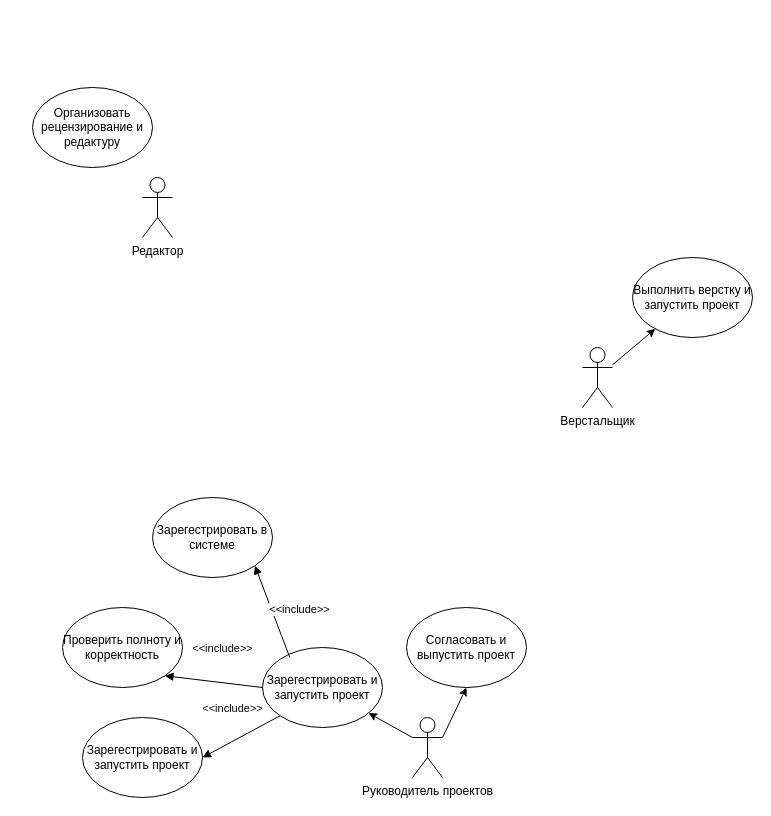
The draw.io diagram ortps_3.drawio in danaddi/draw.io, before the edit. Source tidied: cells renumbered, new cells numbered last; positions are measured from the earlier drawing's top-left corner, leaving out a move shared by most shapes. Both pictures are drawn from the tidied source at 100%, with x=0, y=0 at pixel (32, 87).
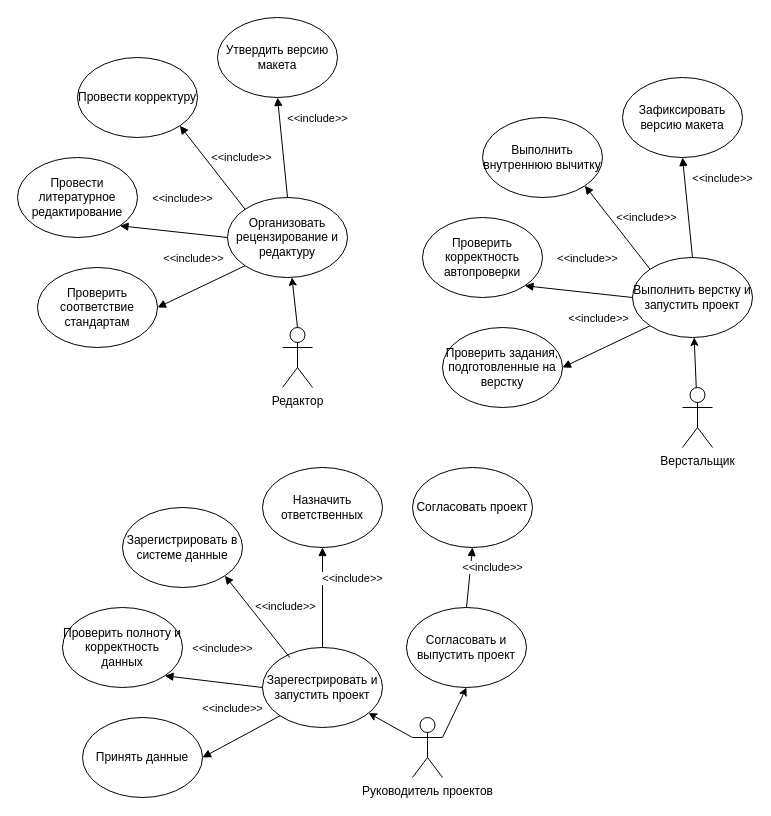
The same page after the edit.

Unchanged cells that the change refers to:
```xml
<mxCell id="8" value="Зарегестрировать и запустить проект" style="ellipse;whiteSpace=wrap;html=1;" parent="1" vertex="1">
  <mxGeometry x="230" y="560" width="120" height="80" as="geometry" />
</mxCell>
<mxCell id="9" value="Согласовать и выпустить проект" style="ellipse;whiteSpace=wrap;html=1;" parent="1" vertex="1">
  <mxGeometry x="374" y="520" width="120" height="80" as="geometry" />
</mxCell>
<mxCell id="11" value="Выполнить верстку и запустить проект" style="ellipse;whiteSpace=wrap;html=1;" parent="1" vertex="1">
  <mxGeometry x="600" y="170" width="120" height="80" as="geometry" />
</mxCell>
```

Change to the diagram source:
```diff
@@
     <mxCell id="2" value="Редактор" style="shape=umlActor;verticalLabelPosition=bottom;verticalAlign=top;html=1;outlineConnect=0;" parent="1" vertex="1">
-      <mxGeometry x="110" y="90" width="30" height="60" as="geometry" />
+      <mxGeometry x="250" y="240" width="30" height="60" as="geometry" />
     </mxCell>
@@
     <mxCell id="4" value="Верстальщик" style="shape=umlActor;verticalLabelPosition=bottom;verticalAlign=top;html=1;outlineConnect=0;" parent="1" vertex="1">
-      <mxGeometry x="550" y="260" width="30" height="60" as="geometry" />
+      <mxGeometry x="650" y="300" width="30" height="60" as="geometry" />
     </mxCell>
@@
-    <mxCell id="10" value="Организовать рецензирование и редактуру" style="ellipse;whiteSpace=wrap;html=1;" parent="1" vertex="1">
-      <mxGeometry width="120" height="80" as="geometry" />
-    </mxCell>
@@
-    <mxCell id="12" value="Зарегестрировать и запустить проект" style="ellipse;whiteSpace=wrap;html=1;" parent="1" vertex="1">
+    <mxCell id="12" value="Принять данные" style="ellipse;whiteSpace=wrap;html=1;" parent="1" vertex="1">
       <mxGeometry x="50" y="630" width="120" height="80" as="geometry" />
     </mxCell>
@@
-    <mxCell id="14" value="Проверить полноту и корректность" style="ellipse;whiteSpace=wrap;html=1;" parent="1" vertex="1">
+    <mxCell id="14" value="Проверить полноту и корректность данных" style="ellipse;whiteSpace=wrap;html=1;" parent="1" vertex="1">
       <mxGeometry x="30" y="520" width="120" height="80" as="geometry" />
     </mxCell>
@@
-    <mxCell id="16" value="Зарегестрировать в системе" style="ellipse;whiteSpace=wrap;html=1;" parent="1" vertex="1">
-      <mxGeometry x="120" y="410" width="120" height="80" as="geometry" />
+    <mxCell id="16" value="Зарегистрировать в системе данные" style="ellipse;whiteSpace=wrap;html=1;" parent="1" vertex="1">
+      <mxGeometry x="90" y="420" width="120" height="80" as="geometry" />
     </mxCell>
@@
+    <mxCell id="18" value="Назначить ответственных" style="ellipse;whiteSpace=wrap;html=1;" parent="1" vertex="1">
+      <mxGeometry x="230" y="380" width="120" height="80" as="geometry" />
+    </mxCell>
+    <mxCell id="19" value="&amp;lt;&amp;lt;include&amp;gt;&amp;gt;" style="html=1;verticalAlign=bottom;endArrow=block;curved=0;rounded=0;exitX=0.5;exitY=0;exitDx=0;exitDy=0;entryX=0.5;entryY=1;entryDx=0;entryDy=0;" parent="1" edge="1" source="8" target="18">
+      <mxGeometry x="0.2" y="-30" relative="1" as="geometry" />
+    </mxCell>
+    <mxCell id="20" value="Согласовать проект" style="ellipse;whiteSpace=wrap;html=1;" parent="1" vertex="1">
+      <mxGeometry x="380" y="380" width="120" height="80" as="geometry" />
+    </mxCell>
+    <mxCell id="21" value="&amp;lt;&amp;lt;include&amp;gt;&amp;gt;" style="html=1;verticalAlign=bottom;endArrow=block;curved=0;rounded=0;exitX=0.5;exitY=0;exitDx=0;exitDy=0;entryX=0.5;entryY=1;entryDx=0;entryDy=0;" parent="1" edge="1" source="9" target="20">
+      <mxGeometry x="0.08" y="-23" relative="1" as="geometry" />
+    </mxCell>
+    <mxCell id="22" value="Проверить задания, подготовленные&amp;nbsp;на верстку" style="ellipse;whiteSpace=wrap;html=1;" parent="1" vertex="1">
+      <mxGeometry x="410" y="240" width="120" height="80" as="geometry" />
+    </mxCell>
+    <mxCell id="23" value="&amp;lt;&amp;lt;include&amp;gt;&amp;gt;" style="html=1;verticalAlign=bottom;endArrow=block;curved=0;rounded=0;exitX=0;exitY=1;exitDx=0;exitDy=0;entryX=1;entryY=0.5;entryDx=0;entryDy=0;" parent="1" edge="1" source="11" target="22">
+      <mxGeometry x="-0.03" y="-21" relative="1" as="geometry" />
+    </mxCell>
+    <mxCell id="24" value="Проверить корректность автопроверки" style="ellipse;whiteSpace=wrap;html=1;" parent="1" vertex="1">
+      <mxGeometry x="390" y="130" width="120" height="80" as="geometry" />
+    </mxCell>
+    <mxCell id="25" value="&amp;lt;&amp;lt;include&amp;gt;&amp;gt;" style="html=1;verticalAlign=bottom;endArrow=block;curved=0;rounded=0;exitX=0;exitY=0.5;exitDx=0;exitDy=0;entryX=1;entryY=1;entryDx=0;entryDy=0;" parent="1" edge="1" source="11" target="24">
+      <mxGeometry x="-0.12" y="-25" relative="1" as="geometry" />
+    </mxCell>
+    <mxCell id="26" value="Выполнить внутреннюю вычитку" style="ellipse;whiteSpace=wrap;html=1;" parent="1" vertex="1">
+      <mxGeometry x="450" y="30" width="120" height="80" as="geometry" />
+    </mxCell>
+    <mxCell id="27" value="&amp;lt;&amp;lt;include&amp;gt;&amp;gt;" style="html=1;verticalAlign=bottom;endArrow=block;curved=0;rounded=0;entryX=1;entryY=1;entryDx=0;entryDy=0;exitX=0;exitY=0;exitDx=0;exitDy=0;" parent="1" edge="1" source="11" target="26">
+      <mxGeometry x="-0.32" y="-23" relative="1" as="geometry" />
+    </mxCell>
+    <mxCell id="28" value="Зафиксировать версию макета" style="ellipse;whiteSpace=wrap;html=1;" parent="1" vertex="1">
+      <mxGeometry x="590" y="-10" width="120" height="80" as="geometry" />
+    </mxCell>
+    <mxCell id="29" value="&amp;lt;&amp;lt;include&amp;gt;&amp;gt;" style="html=1;verticalAlign=bottom;endArrow=block;curved=0;rounded=0;exitX=0.5;exitY=0;exitDx=0;exitDy=0;entryX=0.5;entryY=1;entryDx=0;entryDy=0;" parent="1" edge="1" source="11" target="28">
+      <mxGeometry x="0.33" y="-37" relative="1" as="geometry" />
+    </mxCell>
+    <mxCell id="30" style="rounded=0;jettySize=auto;html=1;exitX=0.5;exitY=0;exitDx=0;exitDy=0;exitPerimeter=0;" parent="1" edge="1" source="2" target="10">
+      <mxGeometry relative="1" as="geometry" />
+    </mxCell>
+    <mxCell id="10" value="Организовать рецензирование и редактуру" style="ellipse;whiteSpace=wrap;html=1;" parent="1" vertex="1">
+      <mxGeometry x="195" y="110" width="120" height="80" as="geometry" />
+    </mxCell>
+    <mxCell id="31" value="Проверить соответствие стандартам" style="ellipse;whiteSpace=wrap;html=1;" parent="1" vertex="1">
+      <mxGeometry x="5" y="180" width="120" height="80" as="geometry" />
+    </mxCell>
+    <mxCell id="32" value="&amp;lt;&amp;lt;include&amp;gt;&amp;gt;" style="html=1;verticalAlign=bottom;endArrow=block;curved=0;rounded=0;exitX=0;exitY=1;exitDx=0;exitDy=0;entryX=1;entryY=0.5;entryDx=0;entryDy=0;" parent="1" edge="1" source="10" target="31">
+      <mxGeometry x="-0.03" y="-21" relative="1" as="geometry" />
+    </mxCell>
+    <mxCell id="33" value="Провести литературное редактирование" style="ellipse;whiteSpace=wrap;html=1;" parent="1" vertex="1">
+      <mxGeometry x="-15" y="70" width="120" height="80" as="geometry" />
+    </mxCell>
+    <mxCell id="34" value="&amp;lt;&amp;lt;include&amp;gt;&amp;gt;" style="html=1;verticalAlign=bottom;endArrow=block;curved=0;rounded=0;exitX=0;exitY=0.5;exitDx=0;exitDy=0;entryX=1;entryY=1;entryDx=0;entryDy=0;" parent="1" edge="1" source="10" target="33">
+      <mxGeometry x="-0.12" y="-25" relative="1" as="geometry" />
+    </mxCell>
+    <mxCell id="35" value="Провести корректуру" style="ellipse;whiteSpace=wrap;html=1;" parent="1" vertex="1">
+      <mxGeometry x="45" y="-30" width="120" height="80" as="geometry" />
+    </mxCell>
+    <mxCell id="36" value="&amp;lt;&amp;lt;include&amp;gt;&amp;gt;" style="html=1;verticalAlign=bottom;endArrow=block;curved=0;rounded=0;entryX=1;entryY=1;entryDx=0;entryDy=0;exitX=0;exitY=0;exitDx=0;exitDy=0;" parent="1" edge="1" source="10" target="35">
+      <mxGeometry x="-0.32" y="-23" relative="1" as="geometry" />
+    </mxCell>
+    <mxCell id="37" value="Утвердить версию макета" style="ellipse;whiteSpace=wrap;html=1;" parent="1" vertex="1">
+      <mxGeometry x="185" y="-70" width="120" height="80" as="geometry" />
+    </mxCell>
+    <mxCell id="38" value="&amp;lt;&amp;lt;include&amp;gt;&amp;gt;" style="html=1;verticalAlign=bottom;endArrow=block;curved=0;rounded=0;exitX=0.5;exitY=0;exitDx=0;exitDy=0;entryX=0.5;entryY=1;entryDx=0;entryDy=0;" parent="1" edge="1" source="10" target="37">
+      <mxGeometry x="0.33" y="-37" relative="1" as="geometry" />
+    </mxCell>
```
